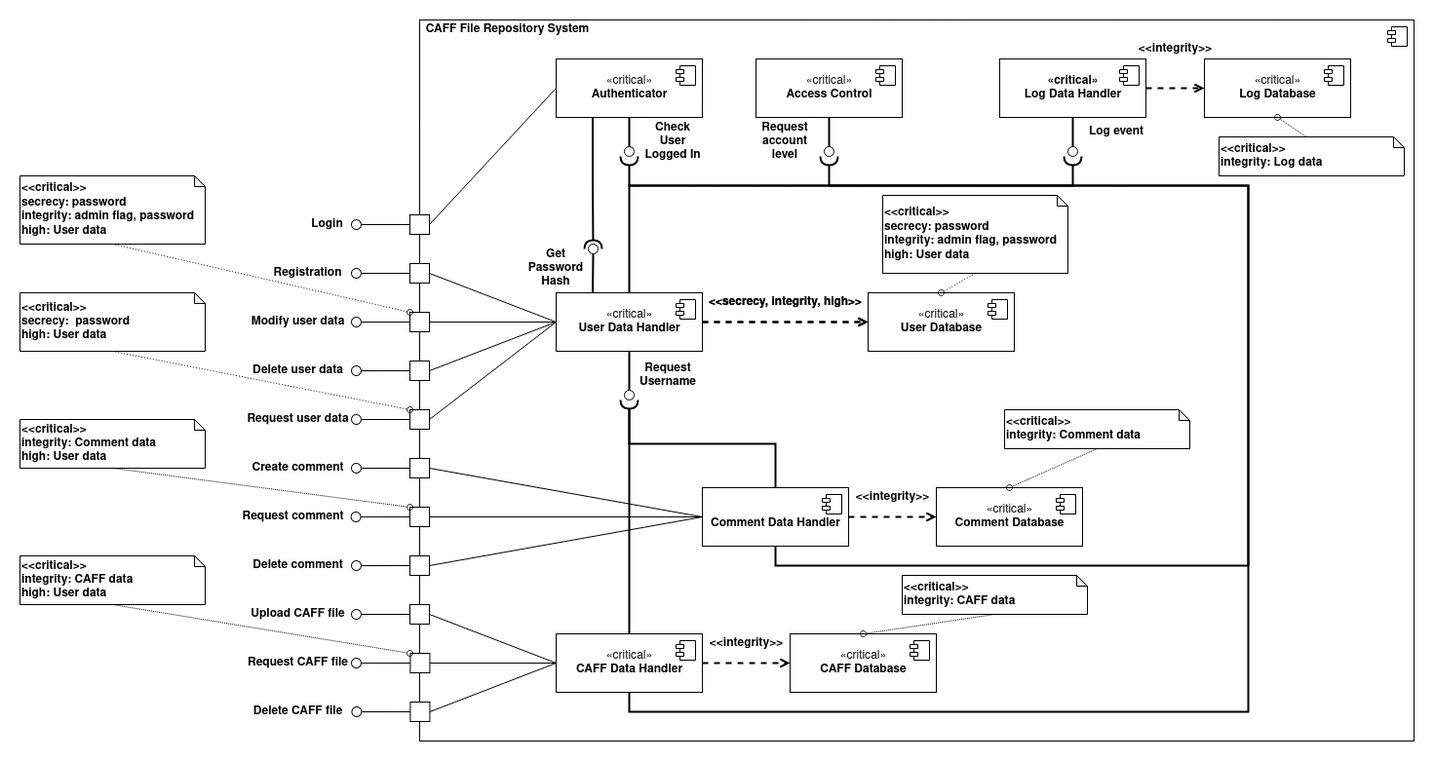
Earlier version of the draw.io export Documentation/Component-Diagram.png (nemkrisz11/Computer-Security-Homework-2021-SHAjt). Source tidied: cells renumbered, new cells last; positions are measured from the earlier drawing's top-left corner, leaving out a move shared by most shapes.
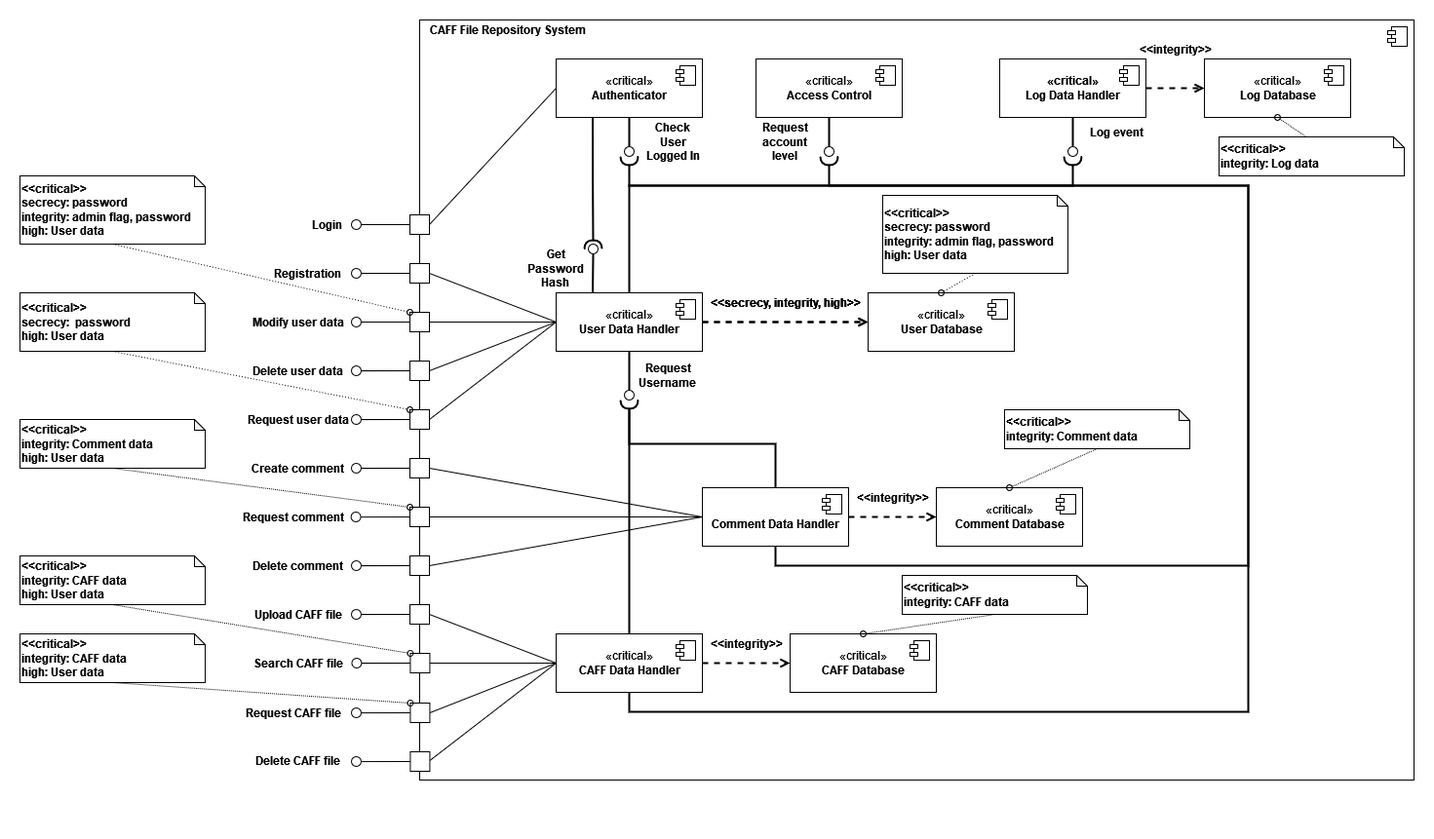
After the commit.

Commit message:
#23 modify user password, component diagram and delete user fix

Change to the diagram source:
```diff
@@ -3,7 +3,7 @@
     <mxCell id="0" />
     <mxCell id="1" parent="0" />
     <mxCell id="2" style="html=1;" parent="1" vertex="1">
-      <mxGeometry x="410" width="1020" height="740" as="geometry" />
+      <mxGeometry x="410" width="1020" height="780" as="geometry" />
     </mxCell>
     <mxCell id="3" style="shape=module;jettyWidth=8;jettyHeight=4;" parent="2" vertex="1">
       <mxGeometry x="1" width="20" height="20" relative="1" as="geometry">
@@ -315,40 +315,22 @@
       <mxGeometry x="229.6" y="600" width="110" height="20" as="geometry" />
     </mxCell>
     <mxCell id="85" value="Request CAFF file" style="text;html=1;align=center;verticalAlign=middle;strokeColor=none;fillColor=none;fontStyle=1;" parent="1" vertex="1">
-      <mxGeometry x="225" y="650" width="120" height="20" as="geometry" />
+      <mxGeometry x="220" y="701" width="120" height="20" as="geometry" />
     </mxCell>
-    <mxCell id="86" style="group;" parent="1" vertex="1">
-      <mxGeometry x="340" y="700" width="80.4" height="20" as="geometry" />
-    </mxCell>
-    <mxCell id="87" style="edgeStyle=none;rounded=0;jettySize=auto;html=1;endArrow=none;endFill=0;" parent="86" edge="1" source="88" target="90">
-      <mxGeometry relative="1" as="geometry" />
-    </mxCell>
-    <mxCell id="88" style="rounded=0;whiteSpace=wrap;html=1;" parent="86" vertex="1">
-      <mxGeometry x="60.4" width="20" height="20" as="geometry" />
-    </mxCell>
-    <mxCell id="89" style="rounded=0;orthogonalLoop=1;jettySize=auto;html=1;endArrow=none;endFill=0;sketch=0;sourcePerimeterSpacing=0;targetPerimeterSpacing=0;edgeStyle=orthogonalEdgeStyle;" parent="86" edge="1">
-      <mxGeometry relative="1" as="geometry">
-        <mxPoint x="60.4" y="10" as="sourcePoint" />
-        <mxPoint x="10.4" y="10" as="targetPoint" />
-      </mxGeometry>
-    </mxCell>
-    <mxCell id="90" style="ellipse;whiteSpace=wrap;html=1;align=center;points=[];outlineConnect=0;sketch=0;rotation=-85;" parent="86" vertex="1">
-      <mxGeometry x="0.4" y="5" width="10" height="10" as="geometry" />
-    </mxCell>
     <mxCell id="91" value="Delete CAFF file" style="text;html=1;align=center;verticalAlign=middle;strokeColor=none;fillColor=none;fontStyle=1;" parent="1" vertex="1">
-      <mxGeometry x="230" y="700" width="110" height="20" as="geometry" />
+      <mxGeometry x="230" y="750" width="110" height="20" as="geometry" />
     </mxCell>
     <mxCell id="92" style="group;" parent="1" vertex="1">
-      <mxGeometry x="339.6" y="650" width="90.8" height="20" as="geometry" />
+      <mxGeometry x="339.6" y="700" width="90.8" height="70" as="geometry" />
     </mxCell>
     <mxCell id="93" style="group;" parent="92" vertex="1">
       <mxGeometry x="10.4" width="80.4" height="20" as="geometry" />
     </mxCell>
     <mxCell id="94" style="rounded=0;whiteSpace=wrap;html=1;" parent="93" vertex="1">
-      <mxGeometry x="50.4" width="20" height="20" as="geometry" />
+      <mxGeometry x="50.4" y="1" width="20" height="20" as="geometry" />
     </mxCell>
     <mxCell id="95" style="ellipse;whiteSpace=wrap;html=1;align=center;points=[];outlineConnect=0;sketch=0;rotation=-85;" parent="92" vertex="1">
-      <mxGeometry x="0.4" y="5" width="10" height="10" as="geometry" />
+      <mxGeometry x="0.4" y="6" width="10" height="10" as="geometry" />
     </mxCell>
     <mxCell id="96" style="edgeStyle=none;rounded=0;jettySize=auto;html=1;endArrow=none;endFill=0;exitX=0;exitY=0.5;exitDx=0;exitDy=0;" parent="92" edge="1" source="94" target="95">
       <mxGeometry relative="1" as="geometry" />
@@ -356,8 +338,10 @@
     <mxCell id="97" style="edgeStyle=none;rounded=0;jettySize=auto;html=1;exitX=1;exitY=0.5;exitDx=0;exitDy=0;entryX=0;entryY=0.5;entryDx=0;entryDy=0;endArrow=none;endFill=0;" parent="1" edge="1" source="81" target="13">
       <mxGeometry relative="1" as="geometry" />
     </mxCell>
-    <mxCell id="98" style="edgeStyle=none;rounded=0;jettySize=auto;html=1;exitX=1;exitY=0.5;exitDx=0;exitDy=0;entryX=0;entryY=0.5;entryDx=0;entryDy=0;endArrow=none;endFill=0;" parent="1" edge="1" source="88" target="13">
-      <mxGeometry relative="1" as="geometry" />
+    <mxCell id="98" style="edgeStyle=none;rounded=0;jettySize=auto;html=1;exitX=1;exitY=0.5;exitDx=0;exitDy=0;entryX=0;entryY=0.5;entryDx=0;entryDy=0;endArrow=none;endFill=0;" parent="1" edge="1" target="13">
+      <mxGeometry relative="1" as="geometry">
+        <mxPoint x="420.4" y="760" as="sourcePoint" />
+      </mxGeometry>
     </mxCell>
     <mxCell id="99" style="edgeStyle=none;rounded=0;jettySize=auto;html=1;exitX=1;exitY=0.5;exitDx=0;exitDy=0;entryX=0;entryY=0.5;entryDx=0;entryDy=0;endArrow=none;endFill=0;" parent="1" edge="1" source="94" target="13">
       <mxGeometry relative="1" as="geometry" />
@@ -501,13 +485,11 @@
     <mxCell id="141" value="&lt;div align=&quot;left&quot;&gt;&lt;b&gt;&amp;lt;&amp;lt;critical&amp;gt;&amp;gt;&lt;/b&gt;&lt;/div&gt;&lt;div align=&quot;left&quot;&gt;&lt;b&gt;integrity: Comment data&lt;br&gt;&lt;/b&gt;&lt;/div&gt;&lt;div align=&quot;left&quot;&gt;&lt;b&gt;high: User data&lt;br&gt;&lt;/b&gt;&lt;/div&gt;" style="shape=note;whiteSpace=wrap;html=1;backgroundOutline=1;darkOpacity=0.05;size=11;align=left;" parent="1" vertex="1">
       <mxGeometry y="410" width="190" height="50" as="geometry" />
     </mxCell>
-    <mxCell id="142" style="edgeStyle=none;rounded=0;jettySize=auto;html=1;exitX=0.5;exitY=1;exitDx=0;exitDy=0;exitPerimeter=0;dashed=1;dashPattern=1 1;endArrow=oval;endFill=0;strokeWidth=1;" parent="1" edge="1" source="143">
-      <mxGeometry relative="1" as="geometry">
-        <mxPoint x="400" y="650" as="targetPoint" />
-      </mxGeometry>
+    <mxCell id="142" style="edgeStyle=none;rounded=0;jettySize=auto;html=1;exitX=0.5;exitY=1;exitDx=0;exitDy=0;exitPerimeter=0;dashed=1;dashPattern=1 1;endArrow=oval;endFill=0;strokeWidth=1;entryX=0;entryY=0;entryDx=0;entryDy=0;" parent="1" edge="1" source="143" target="94">
+      <mxGeometry relative="1" as="geometry" />
     </mxCell>
     <mxCell id="143" value="&lt;div align=&quot;left&quot;&gt;&lt;b&gt;&amp;lt;&amp;lt;critical&amp;gt;&amp;gt;&lt;/b&gt;&lt;/div&gt;&lt;div align=&quot;left&quot;&gt;&lt;b&gt;integrity: CAFF data&lt;br&gt;&lt;/b&gt;&lt;/div&gt;&lt;div align=&quot;left&quot;&gt;&lt;b&gt;high: User data&lt;br&gt;&lt;/b&gt;&lt;/div&gt;" style="shape=note;whiteSpace=wrap;html=1;backgroundOutline=1;darkOpacity=0.05;size=11;align=left;" parent="1" vertex="1">
-      <mxGeometry y="550" width="190" height="50" as="geometry" />
+      <mxGeometry y="630" width="190" height="50" as="geometry" />
     </mxCell>
     <mxCell id="144" style="edgeStyle=none;rounded=0;jettySize=auto;html=1;exitX=0.5;exitY=1;exitDx=0;exitDy=0;exitPerimeter=0;entryX=0.5;entryY=0;entryDx=0;entryDy=0;dashed=1;dashPattern=1 1;endArrow=oval;endFill=0;strokeWidth=1;" parent="1" edge="1" source="145" target="22">
       <mxGeometry relative="1" as="geometry" />
@@ -544,5 +526,52 @@
     <mxCell id="154" value="&lt;b&gt;Get Password Hash&lt;br&gt;&lt;/b&gt;" style="text;html=1;strokeColor=none;fillColor=none;align=center;verticalAlign=middle;whiteSpace=wrap;rounded=0;" parent="1" vertex="1">
       <mxGeometry x="510" y="240" width="80" height="30" as="geometry" />
     </mxCell>
+    <mxCell id="155" style="group;" parent="1" vertex="1">
+      <mxGeometry x="340" y="650" width="80.4" height="20" as="geometry" />
+    </mxCell>
+    <mxCell id="87" style="edgeStyle=none;rounded=0;jettySize=auto;html=1;endArrow=none;endFill=0;" parent="155" edge="1" source="88" target="90">
+      <mxGeometry relative="1" as="geometry" />
+    </mxCell>
+    <mxCell id="88" style="rounded=0;whiteSpace=wrap;html=1;" parent="155" vertex="1">
+      <mxGeometry x="60.4" width="20" height="20" as="geometry" />
+    </mxCell>
+    <mxCell id="156" style="rounded=0;orthogonalLoop=1;jettySize=auto;html=1;endArrow=none;endFill=0;sketch=0;sourcePerimeterSpacing=0;targetPerimeterSpacing=0;edgeStyle=orthogonalEdgeStyle;" parent="155" edge="1">
+      <mxGeometry relative="1" as="geometry">
+        <mxPoint x="60.4" y="10" as="sourcePoint" />
+        <mxPoint x="10.4" y="10" as="targetPoint" />
+      </mxGeometry>
+    </mxCell>
+    <mxCell id="90" style="ellipse;whiteSpace=wrap;html=1;align=center;points=[];outlineConnect=0;sketch=0;rotation=-85;" parent="155" vertex="1">
+      <mxGeometry x="0.4" y="5" width="10" height="10" as="geometry" />
+    </mxCell>
+    <mxCell id="157" value="Search CAFF file" style="text;html=1;align=center;verticalAlign=middle;strokeColor=none;fillColor=none;fontStyle=1;" parent="1" vertex="1">
+      <mxGeometry x="230" y="650" width="110" height="20" as="geometry" />
+    </mxCell>
+    <mxCell id="158" style="edgeStyle=orthogonalEdgeStyle;rounded=0;jettySize=auto;html=1;exitX=1;exitY=0.5;exitDx=0;exitDy=0;endArrow=none;endFill=0;" parent="1" edge="1" source="88">
+      <mxGeometry relative="1" as="geometry">
+        <mxPoint x="550" y="660" as="targetPoint" />
+      </mxGeometry>
+    </mxCell>
+    <mxCell id="159" style="rounded=0;jettySize=auto;html=1;exitX=0.5;exitY=1;exitDx=0;exitDy=0;exitPerimeter=0;entryX=0;entryY=0;entryDx=0;entryDy=0;endArrow=oval;endFill=0;dashed=1;dashPattern=1 1;" parent="1" edge="1" source="160" target="88">
+      <mxGeometry relative="1" as="geometry" />
+    </mxCell>
+    <mxCell id="160" value="&lt;div align=&quot;left&quot;&gt;&lt;b&gt;&amp;lt;&amp;lt;critical&amp;gt;&amp;gt;&lt;/b&gt;&lt;/div&gt;&lt;div align=&quot;left&quot;&gt;&lt;b&gt;integrity: CAFF data&lt;br&gt;&lt;/b&gt;&lt;/div&gt;&lt;div align=&quot;left&quot;&gt;&lt;b&gt;high: User data&lt;br&gt;&lt;/b&gt;&lt;/div&gt;" style="shape=note;whiteSpace=wrap;html=1;backgroundOutline=1;darkOpacity=0.05;size=11;align=left;" parent="1" vertex="1">
+      <mxGeometry y="550" width="190" height="50" as="geometry" />
+    </mxCell>
+    <mxCell id="161" style="group;" parent="1" vertex="1">
+      <mxGeometry x="339.6" y="750" width="90.8" height="70" as="geometry" />
+    </mxCell>
+    <mxCell id="162" style="group;" parent="161" vertex="1">
+      <mxGeometry x="10.4" width="80.4" height="20" as="geometry" />
+    </mxCell>
+    <mxCell id="163" style="rounded=0;whiteSpace=wrap;html=1;" parent="162" vertex="1">
+      <mxGeometry x="50.4" y="1" width="20" height="20" as="geometry" />
+    </mxCell>
+    <mxCell id="164" style="ellipse;whiteSpace=wrap;html=1;align=center;points=[];outlineConnect=0;sketch=0;rotation=-85;" parent="161" vertex="1">
+      <mxGeometry x="0.4" y="6" width="10" height="10" as="geometry" />
+    </mxCell>
+    <mxCell id="165" style="edgeStyle=none;rounded=0;jettySize=auto;html=1;endArrow=none;endFill=0;exitX=0;exitY=0.5;exitDx=0;exitDy=0;" parent="161" edge="1" source="163" target="164">
+      <mxGeometry relative="1" as="geometry" />
+    </mxCell>
   </root>
 </mxGraphModel>
```
